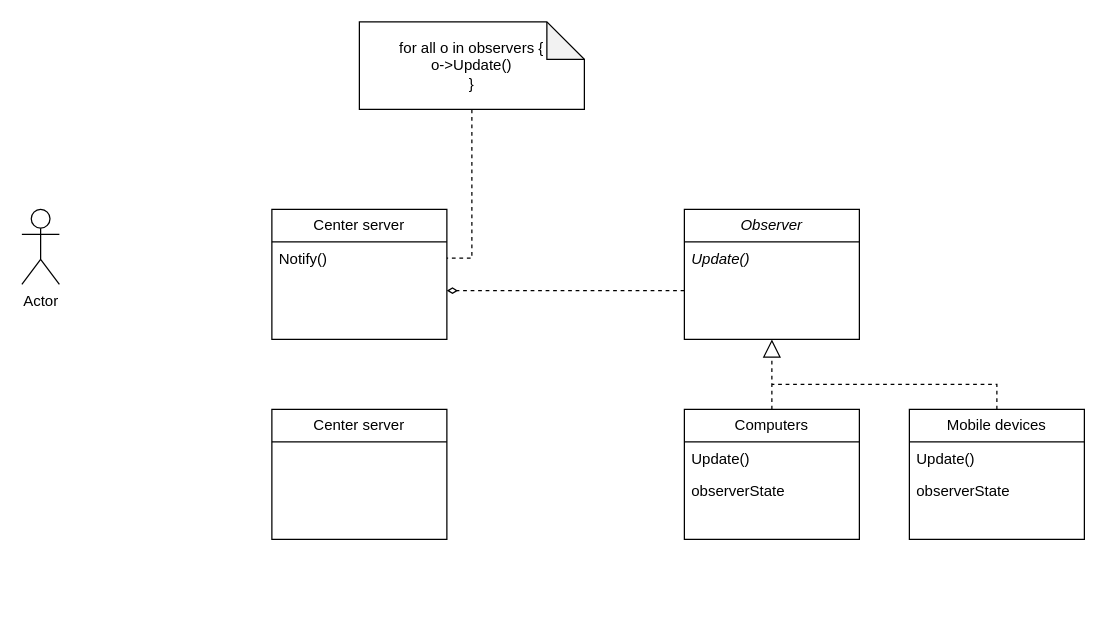
VoHoAnhTuan/Diagrams keeps this draw.io diagram as Assignment3_CSE4361.drawio. Above is the earlier version. Source tidied: cells renumbered, new cells numbered last; positions are measured from the earlier drawing's top-left corner, leaving out a move shared by most shapes. Both pictures are drawn from the tidied source at 125%, with x=0, y=0 at pixel (21, 21).
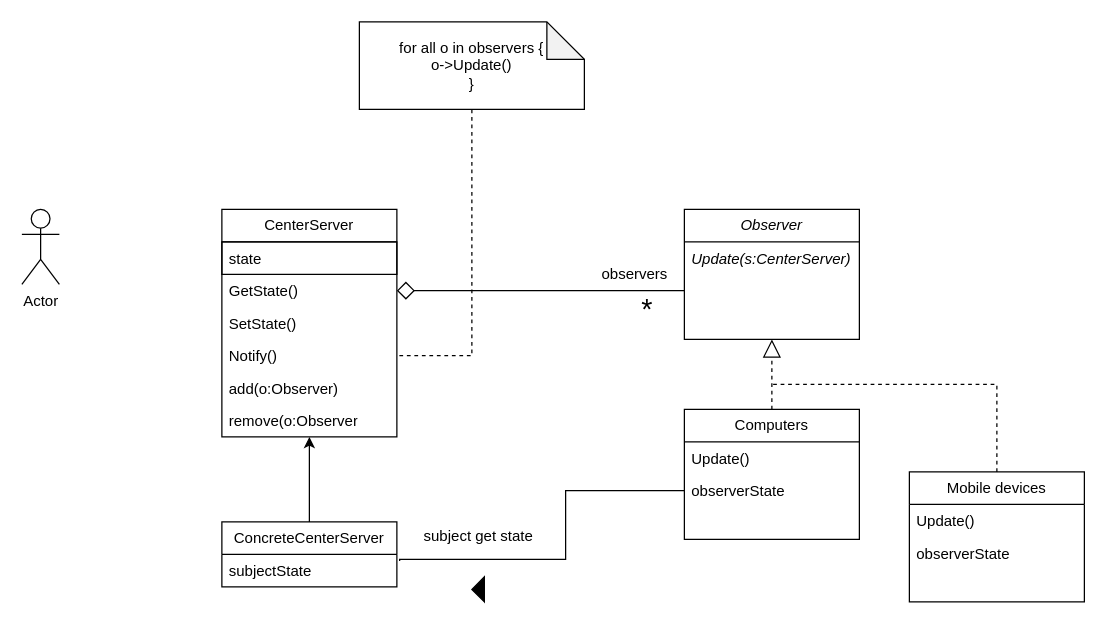
After the change.

The change refers to these unchanged cells:
```xml
<mxCell id="10" value="&lt;i&gt;Observer&lt;/i&gt;" style="swimlane;fontStyle=0;horizontal=1;startSize=26;fillColor=none;whiteSpace=wrap;html=1;" parent="1" vertex="1">
  <mxGeometry x="530" y="150" width="140" height="104" as="geometry" />
</mxCell>
<mxCell id="12" value="&amp;nbsp;" style="text;strokeColor=none;fillColor=none;align=left;verticalAlign=top;spacingLeft=4;spacingRight=4;overflow=hidden;points=[[0,0.5],[1,0.5]];portConstraint=eastwest;whiteSpace=wrap;html=1;" parent="10" vertex="1">
  <mxGeometry y="52" width="140" height="26" as="geometry" />
</mxCell>
<mxCell id="16" value="observerState" style="text;strokeColor=none;fillColor=none;align=left;verticalAlign=top;spacingLeft=4;spacingRight=4;overflow=hidden;points=[[0,0.5],[1,0.5]];portConstraint=eastwest;whiteSpace=wrap;html=1;" parent="14" vertex="1">
  <mxGeometry y="52" width="140" height="26" as="geometry" />
</mxCell>
```

What changed in the source:
```diff
@@
-    <mxCell id="2" value="&lt;div&gt;Center server&lt;/div&gt;" style="swimlane;fontStyle=0;horizontal=1;startSize=26;fillColor=none;whiteSpace=wrap;html=1;" parent="1" vertex="1">
-      <mxGeometry x="200" y="150" width="140" height="104" as="geometry" />
+    <mxCell id="2" value="&lt;div&gt;CenterServer&lt;/div&gt;" style="swimlane;fontStyle=0;horizontal=1;startSize=26;fillColor=none;whiteSpace=wrap;html=1;" parent="1" vertex="1">
+      <mxGeometry x="160" y="150" width="140" height="182" as="geometry" />
     </mxCell>
-    <mxCell id="3" value="Notify()" style="text;strokeColor=none;fillColor=none;align=left;verticalAlign=top;spacingLeft=4;spacingRight=4;overflow=hidden;points=[[0,0.5],[1,0.5]];portConstraint=eastwest;whiteSpace=wrap;html=1;" parent="2" vertex="1">
-      <mxGeometry y="26" width="140" height="26" as="geometry" />
-    </mxCell>
-    <mxCell id="4" value="&amp;nbsp;" style="text;strokeColor=none;fillColor=none;align=left;verticalAlign=top;spacingLeft=4;spacingRight=4;overflow=hidden;points=[[0,0.5],[1,0.5]];portConstraint=eastwest;whiteSpace=wrap;html=1;" parent="2" vertex="1">
-      <mxGeometry y="52" width="140" height="26" as="geometry" />
+    <mxCell id="4" value="state" style="text;strokeColor=default;fillColor=none;align=left;verticalAlign=top;spacingLeft=4;spacingRight=4;overflow=hidden;points=[[0,0.5],[1,0.5]];portConstraint=eastwest;whiteSpace=wrap;html=1;" parent="2" vertex="1">
+      <mxGeometry y="26" width="140" height="26" as="geometry" />
     </mxCell>
-    <mxCell id="5" value="&amp;nbsp;" style="text;strokeColor=none;fillColor=none;align=left;verticalAlign=top;spacingLeft=4;spacingRight=4;overflow=hidden;whiteSpace=wrap;html=1;" parent="2" vertex="1">
-      <mxGeometry y="78" width="140" height="26" as="geometry" />
-    </mxCell>
-    <mxCell id="6" value="Center server" style="swimlane;fontStyle=0;horizontal=1;startSize=26;fillColor=none;whiteSpace=wrap;html=1;" parent="1" vertex="1">
-      <mxGeometry x="200" y="310" width="140" height="104" as="geometry" />
-    </mxCell>
-    <mxCell id="7" value="&amp;nbsp;" style="text;strokeColor=none;fillColor=none;align=left;verticalAlign=top;spacingLeft=4;spacingRight=4;overflow=hidden;points=[[0,0.5],[1,0.5]];portConstraint=eastwest;whiteSpace=wrap;html=1;" parent="6" vertex="1">
-      <mxGeometry y="26" width="140" height="26" as="geometry" />
+    <mxCell id="7" value="GetState()" style="text;strokeColor=none;fillColor=none;align=left;verticalAlign=top;spacingLeft=4;spacingRight=4;overflow=hidden;points=[[0,0.5],[1,0.5]];portConstraint=eastwest;whiteSpace=wrap;html=1;" parent="2" vertex="1">
+      <mxGeometry y="52" width="140" height="26" as="geometry" />
     </mxCell>
-    <mxCell id="8" value="&amp;nbsp;" style="text;strokeColor=none;fillColor=none;align=left;verticalAlign=top;spacingLeft=4;spacingRight=4;overflow=hidden;whiteSpace=wrap;html=1;" parent="6" vertex="1">
-      <mxGeometry y="52" width="140" height="26" as="geometry" />
+    <mxCell id="8" value="SetState()" style="text;strokeColor=none;fillColor=none;align=left;verticalAlign=top;spacingLeft=4;spacingRight=4;overflow=hidden;whiteSpace=wrap;html=1;" parent="2" vertex="1">
+      <mxGeometry y="78" width="140" height="26" as="geometry" />
     </mxCell>
+    <mxCell id="3" value="Notify()" style="text;strokeColor=none;fillColor=none;align=left;verticalAlign=top;spacingLeft=4;spacingRight=4;overflow=hidden;points=[[0,0.5],[1,0.5]];portConstraint=eastwest;whiteSpace=wrap;html=1;" parent="2" vertex="1">
+      <mxGeometry y="104" width="140" height="26" as="geometry" />
+    </mxCell>
+    <mxCell id="5" value="&lt;div&gt;add(o:Observer)&lt;/div&gt;&lt;div&gt;&lt;br&gt;&lt;/div&gt;" style="text;strokeColor=none;fillColor=none;align=left;verticalAlign=top;spacingLeft=4;spacingRight=4;overflow=hidden;whiteSpace=wrap;html=1;" parent="2" vertex="1">
+      <mxGeometry y="130" width="140" height="26" as="geometry" />
+    </mxCell>
+    <mxCell id="28" value="remove(o:Observer" style="text;strokeColor=none;fillColor=none;align=left;verticalAlign=top;spacingLeft=4;spacingRight=4;overflow=hidden;whiteSpace=wrap;html=1;" parent="2" vertex="1">
+      <mxGeometry y="156" width="140" height="26" as="geometry" />
+    </mxCell>
+    <mxCell id="29" style="edgeStyle=orthogonalEdgeStyle;rounded=0;jettySize=auto;html=1;exitX=0.5;exitY=0;exitDx=0;exitDy=0;entryX=0.5;entryY=1;entryDx=0;entryDy=0;" parent="1" edge="1" source="6" target="2">
+      <mxGeometry relative="1" as="geometry" />
+    </mxCell>
+    <mxCell id="6" value="ConcreteCenterServer" style="swimlane;fontStyle=0;horizontal=1;startSize=26;fillColor=none;whiteSpace=wrap;html=1;" parent="1" vertex="1">
+      <mxGeometry x="160" y="400" width="140" height="52" as="geometry" />
+    </mxCell>
-    <mxCell id="9" value="&amp;nbsp;" style="text;strokeColor=none;fillColor=none;align=left;verticalAlign=top;spacingLeft=4;spacingRight=4;overflow=hidden;points=[[0,0.5],[1,0.5]];portConstraint=eastwest;whiteSpace=wrap;html=1;" parent="6" vertex="1">
-      <mxGeometry y="78" width="140" height="26" as="geometry" />
+    <mxCell id="9" value="subjectState" style="text;strokeColor=none;fillColor=none;align=left;verticalAlign=top;spacingLeft=4;spacingRight=4;overflow=hidden;points=[[0,0.5],[1,0.5]];portConstraint=eastwest;whiteSpace=wrap;html=1;" parent="6" vertex="1">
+      <mxGeometry y="26" width="140" height="26" as="geometry" />
     </mxCell>
@@
-    <mxCell id="11" value="&lt;i&gt;Update()&lt;/i&gt;" style="text;strokeColor=none;fillColor=none;align=left;verticalAlign=top;spacingLeft=4;spacingRight=4;overflow=hidden;whiteSpace=wrap;html=1;" parent="10" vertex="1">
+    <mxCell id="11" value="&lt;i&gt;Update(s:CenterServer)&lt;/i&gt;" style="text;strokeColor=none;fillColor=none;align=left;verticalAlign=top;spacingLeft=4;spacingRight=4;overflow=hidden;whiteSpace=wrap;html=1;" parent="10" vertex="1">
       <mxGeometry y="26" width="140" height="26" as="geometry" />
     </mxCell>
@@
     <mxCell id="20" value="Mobile devices" style="swimlane;fontStyle=0;horizontal=1;startSize=26;fillColor=none;whiteSpace=wrap;html=1;" parent="1" vertex="1">
-      <mxGeometry x="710" y="310" width="140" height="104" as="geometry" />
+      <mxGeometry x="710" y="360" width="140" height="104" as="geometry" />
     </mxCell>
@@
-    <mxCell id="27" style="edgeStyle=orthogonalEdgeStyle;rounded=0;jettySize=auto;html=1;exitX=0;exitY=0.5;exitDx=0;exitDy=0;dashed=1;endArrow=diamondThin;endFill=0;entryX=1;entryY=0.5;entryDx=0;entryDy=0;" parent="1" edge="1" source="12" target="4">
-      <mxGeometry relative="1" as="geometry" />
-    </mxCell>
+    <mxCell id="30" value="observers" style="text;html=1;align=center;verticalAlign=middle;strokeColor=none;fillColor=none;" parent="1" vertex="1">
+      <mxGeometry x="450" y="187" width="80" height="30" as="geometry" />
+    </mxCell>
+    <mxCell id="31" style="edgeStyle=orthogonalEdgeStyle;rounded=0;jettySize=auto;html=1;exitX=0;exitY=0.5;exitDx=0;exitDy=0;endArrow=none;endFill=0;entryX=1.016;entryY=0.204;entryDx=0;entryDy=0;entryPerimeter=0;" parent="1" edge="1" source="16" target="9">
+      <mxGeometry relative="1" as="geometry">
+        <Array as="points">
+          <mxPoint x="435" y="375" />
+          <mxPoint x="435" y="430" />
+          <mxPoint x="302" y="430" />
+        </Array>
+      </mxGeometry>
+    </mxCell>
+    <mxCell id="32" value="subject get state" style="text;html=1;align=center;verticalAlign=middle;strokeColor=none;fillColor=none;" parent="1" vertex="1">
+      <mxGeometry x="310" y="397" width="110" height="30" as="geometry" />
+    </mxCell>
+    <mxCell id="33" style="triangle;whiteSpace=wrap;html=1;fillColor=#000000;rotation=-180;" parent="1" vertex="1">
+      <mxGeometry x="360" y="444" width="10" height="20" as="geometry" />
+    </mxCell>
+    <mxCell id="34" style="endArrow=diamond;endFill=0;endSize=12;html=1;rounded=0;entryX=1;entryY=0.5;entryDx=0;entryDy=0;exitX=0;exitY=0.5;exitDx=0;exitDy=0;edgeStyle=orthogonalEdgeStyle;" parent="1" edge="1" source="12" target="7">
+      <mxGeometry relative="1" as="geometry" />
+    </mxCell>
+    <mxCell id="35" value="*" style="text;html=1;align=center;verticalAlign=middle;strokeColor=none;fillColor=none;fontSize=23;" parent="1" vertex="1">
+      <mxGeometry x="485" y="210" width="30" height="40" as="geometry" />
+    </mxCell>
```
